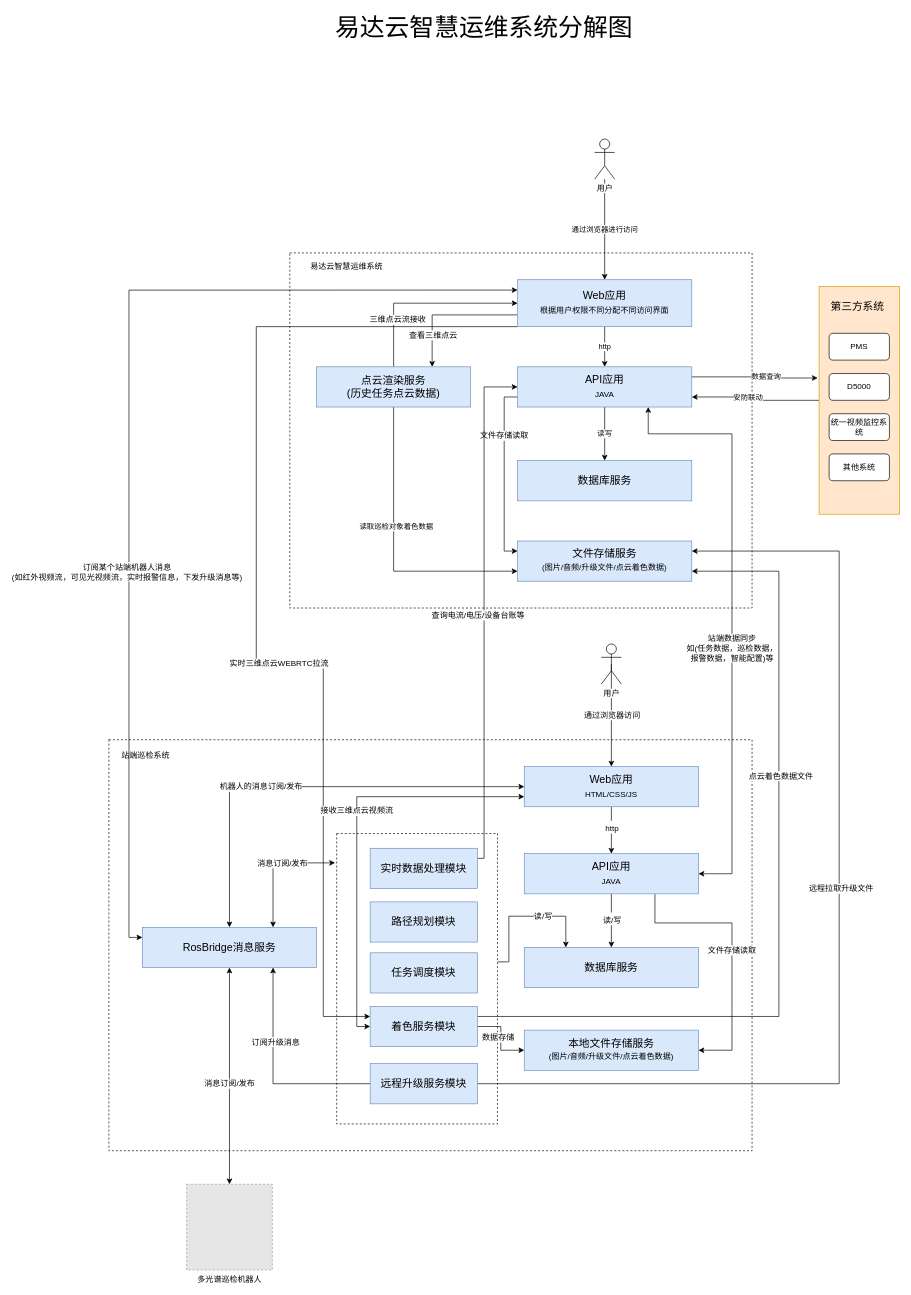
wangyufei0807/draw keeps this draw.io diagram as 易达云智慧运维系统分解图.drawio. Above is the earlier version. Source tidied: cells renumbered, new cells numbered last; positions are measured from the earlier drawing's top-left corner, leaving out a move shared by most shapes. Both pictures are drawn from the tidied source at 67%, with x=0, y=0 at pixel (109, 11). Pictures stored in the file or linked from it are replaced by grey dashed boxes.
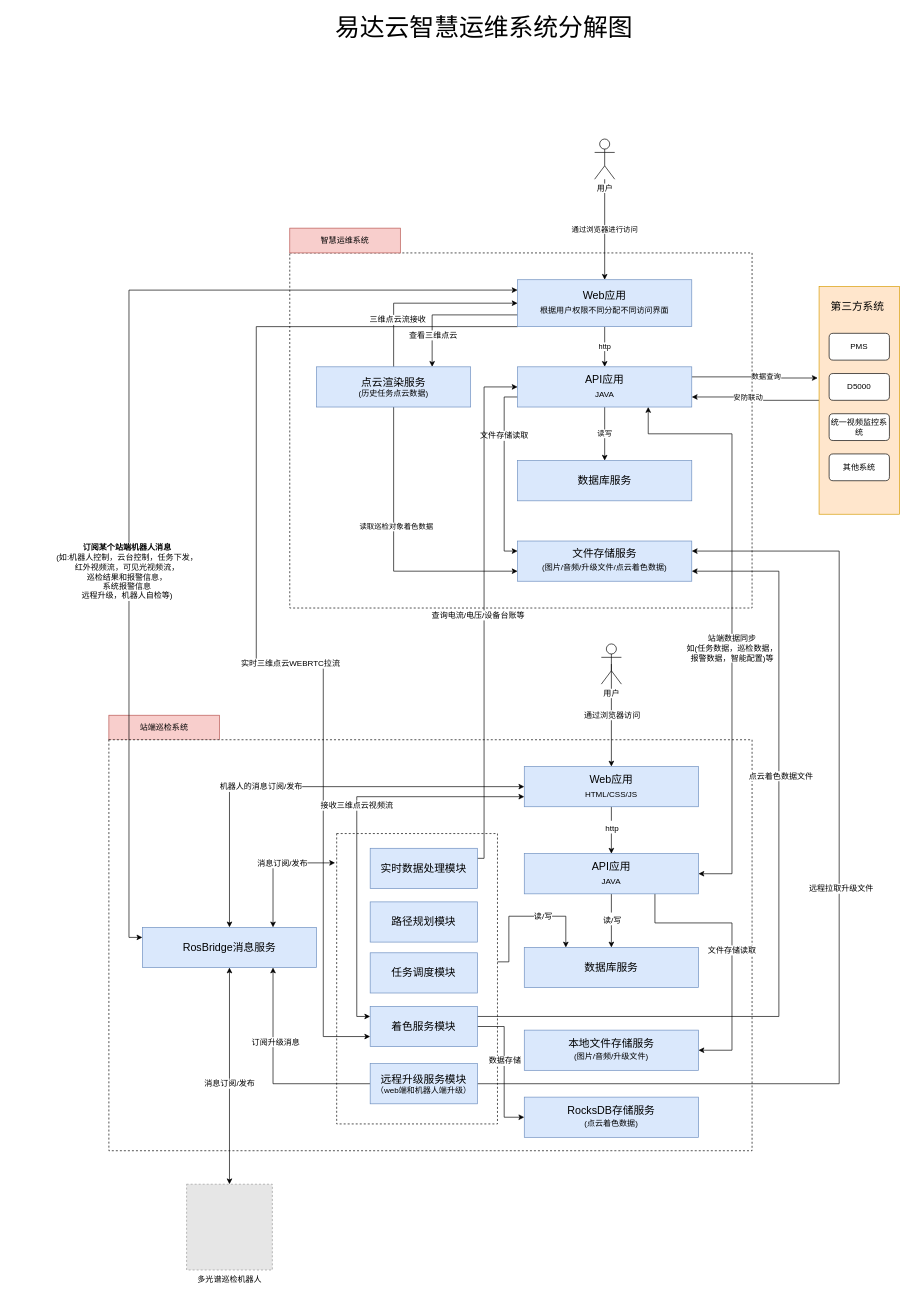
After the change.

Commit message (it also covers changes not shown here):
更新易达云智慧运维系统分解图.drawio

Unchanged cells that the change refers to:
```xml
<mxCell id="12" style="edgeStyle=orthogonalEdgeStyle;rounded=0;jettySize=auto;html=1;exitX=0;exitY=0.221;exitDx=0;exitDy=0;entryX=0;entryY=0.25;entryDx=0;entryDy=0;startArrow=classic;startFill=1;fontSize=12;exitPerimeter=0;" parent="1" edge="1" source="16" target="56">
  <mxGeometry relative="1" as="geometry">
    <Array as="points">
      <mxPoint x="30" y="416" />
      <mxPoint x="30" y="1382" />
    </Array>
  </mxGeometry>
</mxCell>
<mxCell id="16" value="&lt;p style=&quot;line-height: 170%&quot;&gt;&lt;font style=&quot;font-size: 16px&quot;&gt;Web应用&lt;/font&gt;&lt;br&gt;根据用户权限不同分配不同访问界面&lt;br&gt;&lt;/p&gt;" style="rounded=0;whiteSpace=wrap;html=1;shadow=0;fillColor=#dae8fc;strokeColor=#6c8ebf;" parent="1" vertex="1">
  <mxGeometry x="610" y="400" width="260" height="70" as="geometry" />
</mxCell>
<mxCell id="40" value="&lt;p style=&quot;line-height: 170%&quot;&gt;&lt;font style=&quot;font-size: 16px&quot;&gt;Web应用&lt;/font&gt;&lt;br&gt;HTML/CSS/JS&lt;/p&gt;" style="rounded=0;whiteSpace=wrap;html=1;shadow=0;fillColor=#dae8fc;strokeColor=#6c8ebf;" parent="1" vertex="1">
  <mxGeometry x="620" y="1126.6" width="260" height="60" as="geometry" />
</mxCell>
<mxCell id="65" value="&lt;p style=&quot;line-height: 160%&quot;&gt;&lt;span style=&quot;font-size: 16px&quot;&gt;着色服务模块&lt;/span&gt;&lt;/p&gt;" style="rounded=0;whiteSpace=wrap;html=1;shadow=0;fillColor=#dae8fc;strokeColor=#6c8ebf;" parent="1" vertex="1">
  <mxGeometry x="390" y="1484.6" width="160" height="60" as="geometry" />
</mxCell>
```

Change to the diagram source:
```diff
@@
+    <mxCell id="37" value="站端巡检系统" style="text;html=1;strokeColor=#b85450;fillColor=#f8cecc;align=center;verticalAlign=middle;whiteSpace=wrap;rounded=0;shadow=0;" parent="1" vertex="1">
+      <mxGeometry y="1050" width="165" height="37" as="geometry" />
+    </mxCell>
@@
-    <mxCell id="13" value="订阅某个站端机器人消息&lt;br&gt;(如红外视频流，可见光视频流，实时报警信息，下发升级消息等)" style="edgeLabel;html=1;align=center;verticalAlign=middle;fontSize=12;" parent="12" vertex="1">
+    <mxCell id="13" value="&lt;b&gt;订阅某个站端机器人消息&lt;/b&gt;&lt;br&gt;(如:机器人控制，云台控制，任务下发，&lt;br&gt;红外视频流，可见光视频流，&lt;br&gt;巡检结果和报警信息，&lt;br&gt;系统报警信息&lt;br&gt;远程升级，机器人自检等)" style="edgeLabel;html=1;align=center;verticalAlign=middle;fontSize=12;" parent="12" vertex="1">
       <mxGeometry x="0.25" y="-4" relative="1" as="geometry">
         <mxPoint y="20.7" as="offset" />
       </mxGeometry>
     </mxCell>
-    <mxCell id="14" style="edgeStyle=orthogonalEdgeStyle;rounded=0;jettySize=auto;html=1;exitX=0;exitY=1;exitDx=0;exitDy=0;entryX=0;entryY=0.25;entryDx=0;entryDy=0;startArrow=none;startFill=0;endArrow=classic;endFill=1;fontSize=12;" parent="1" edge="1" source="16" target="65">
+    <mxCell id="14" style="edgeStyle=orthogonalEdgeStyle;rounded=0;jettySize=auto;html=1;exitX=0;exitY=1;exitDx=0;exitDy=0;entryX=0;entryY=0.75;entryDx=0;entryDy=0;startArrow=none;startFill=0;endArrow=classic;endFill=1;fontSize=12;" parent="1" edge="1" source="16" target="65">
       <mxGeometry relative="1" as="geometry">
         <Array as="points">
           <mxPoint x="220" y="470" />
           <mxPoint x="220" y="977" />
           <mxPoint x="320" y="977" />
-          <mxPoint x="320" y="1500" />
+          <mxPoint x="320" y="1530" />
         </Array>
       </mxGeometry>
     </mxCell>
@@
-    <mxCell id="17" value="易达云智慧运维系统" style="text;html=1;strokeColor=none;fillColor=none;align=center;verticalAlign=middle;whiteSpace=wrap;rounded=0;shadow=0;" parent="1" vertex="1">
-      <mxGeometry x="290" y="370" width="130" height="20" as="geometry" />
+    <mxCell id="17" value="智慧运维系统" style="text;html=1;strokeColor=#b85450;fillColor=#f8cecc;align=center;verticalAlign=middle;whiteSpace=wrap;rounded=0;shadow=0;" parent="1" vertex="1">
+      <mxGeometry x="270" y="323" width="165" height="37" as="geometry" />
     </mxCell>
@@
-    <mxCell id="31" value="&lt;font style=&quot;font-size: 16px&quot;&gt;点云渲染服务&lt;br&gt;(历史任务点云数据)&lt;br&gt;&lt;/font&gt;" style="rounded=0;whiteSpace=wrap;html=1;shadow=0;fillColor=#dae8fc;strokeColor=#6c8ebf;" parent="1" vertex="1">
+    <mxCell id="31" value="&lt;font&gt;&lt;span style=&quot;font-size: 16px&quot;&gt;点云渲染服务&lt;/span&gt;&lt;br&gt;&lt;font style=&quot;font-size: 12px&quot;&gt;(历史任务点云数据)&lt;/font&gt;&lt;br&gt;&lt;/font&gt;" style="rounded=0;whiteSpace=wrap;html=1;shadow=0;fillColor=#dae8fc;strokeColor=#6c8ebf;" parent="1" vertex="1">
       <mxGeometry x="310" y="530" width="230" height="60" as="geometry" />
     </mxCell>
@@
-    <mxCell id="37" value="站端巡检系统" style="text;html=1;strokeColor=none;fillColor=none;align=center;verticalAlign=middle;whiteSpace=wrap;rounded=0;shadow=0;" parent="1" vertex="1">
-      <mxGeometry x="10" y="1100.6" width="90" height="20" as="geometry" />
-    </mxCell>
@@
-    <mxCell id="59" style="edgeStyle=orthogonalEdgeStyle;rounded=0;jettySize=auto;html=1;exitX=0;exitY=0.5;exitDx=0;exitDy=0;entryX=0;entryY=0.75;entryDx=0;entryDy=0;startArrow=classic;startFill=1;fontSize=12;" parent="1" edge="1" source="65" target="40">
+    <mxCell id="59" style="edgeStyle=orthogonalEdgeStyle;rounded=0;jettySize=auto;html=1;exitX=0;exitY=0.25;exitDx=0;exitDy=0;entryX=0;entryY=0.75;entryDx=0;entryDy=0;startArrow=classic;startFill=1;fontSize=12;" parent="1" edge="1" source="65" target="40">
       <mxGeometry relative="1" as="geometry" />
     </mxCell>
@@
-    <mxCell id="63" style="edgeStyle=orthogonalEdgeStyle;rounded=0;jettySize=auto;html=1;exitX=1;exitY=0.5;exitDx=0;exitDy=0;entryX=0;entryY=0.5;entryDx=0;entryDy=0;startArrow=none;startFill=0;endArrow=classic;endFill=1;fontSize=12;" parent="1" edge="1" source="65" target="76">
-      <mxGeometry relative="1" as="geometry" />
+    <mxCell id="63" style="edgeStyle=orthogonalEdgeStyle;rounded=0;jettySize=auto;html=1;exitX=1;exitY=0.5;exitDx=0;exitDy=0;entryX=0;entryY=0.5;entryDx=0;entryDy=0;startArrow=none;startFill=0;endArrow=classic;endFill=1;fontSize=12;" parent="1" edge="1" source="65" target="77">
+      <mxGeometry relative="1" as="geometry">
+        <Array as="points">
+          <mxPoint x="590" y="1515" />
+          <mxPoint x="590" y="1650" />
+        </Array>
+      </mxGeometry>
     </mxCell>
     <mxCell id="64" value="数据存储" style="edgeLabel;html=1;align=center;verticalAlign=middle;fontSize=12;" parent="63" vertex="1">
       <mxGeometry x="-0.53" y="-1" relative="1" as="geometry">
-        <mxPoint x="5.7" y="14.4" as="offset" />
+        <mxPoint x="1" y="42.4" as="offset" />
       </mxGeometry>
     </mxCell>
@@
-    <mxCell id="75" value="&lt;p style=&quot;line-height: 160%&quot;&gt;&lt;span style=&quot;font-size: 16px&quot;&gt;远程升级服务模块&lt;/span&gt;&lt;/p&gt;" style="rounded=0;whiteSpace=wrap;html=1;shadow=0;fillColor=#dae8fc;strokeColor=#6c8ebf;" parent="1" vertex="1">
+    <mxCell id="75" value="&lt;span style=&quot;font-size: 16px&quot;&gt;远程升级服务模块&lt;br&gt;&lt;/span&gt;&lt;span&gt;（web端和机器人端升级）&lt;/span&gt;" style="rounded=0;whiteSpace=wrap;html=1;shadow=0;fillColor=#dae8fc;strokeColor=#6c8ebf;spacing=0;" parent="1" vertex="1">
       <mxGeometry x="390" y="1570" width="160" height="60" as="geometry" />
     </mxCell>
-    <mxCell id="76" value="&lt;font&gt;&lt;span style=&quot;font-size: 16px&quot;&gt;本地文件存储服务&lt;/span&gt;&lt;br&gt;&lt;font style=&quot;font-size: 12px ; line-height: 180%&quot;&gt;(图片/音频/升级文件/点云着色数据)&lt;/font&gt;&lt;br&gt;&lt;/font&gt;" style="rounded=0;whiteSpace=wrap;html=1;shadow=0;strokeWidth=1;fontSize=12;strokeColor=#6c8ebf;fillColor=#dae8fc;" parent="1" vertex="1">
+    <mxCell id="76" value="&lt;font&gt;&lt;span style=&quot;font-size: 16px&quot;&gt;本地文件存储服务&lt;/span&gt;&lt;br&gt;&lt;font style=&quot;font-size: 12px ; line-height: 180%&quot;&gt;(图片/音频/升级文件)&lt;/font&gt;&lt;br&gt;&lt;/font&gt;" style="rounded=0;whiteSpace=wrap;html=1;shadow=0;strokeWidth=1;fontSize=12;strokeColor=#6c8ebf;fillColor=#dae8fc;" parent="1" vertex="1">
       <mxGeometry x="620" y="1520" width="260" height="60" as="geometry" />
     </mxCell>
+    <mxCell id="77" value="&lt;font&gt;&lt;span style=&quot;font-size: 16px&quot;&gt;RocksDB存储服务&lt;/span&gt;&lt;br&gt;&lt;font style=&quot;font-size: 12px ; line-height: 180%&quot;&gt;(点云着色数据)&lt;/font&gt;&lt;br&gt;&lt;/font&gt;" style="rounded=0;whiteSpace=wrap;html=1;shadow=0;strokeWidth=1;fontSize=12;strokeColor=#6c8ebf;fillColor=#dae8fc;" parent="1" vertex="1">
+      <mxGeometry x="620" y="1620" width="260" height="60" as="geometry" />
+    </mxCell>
```
